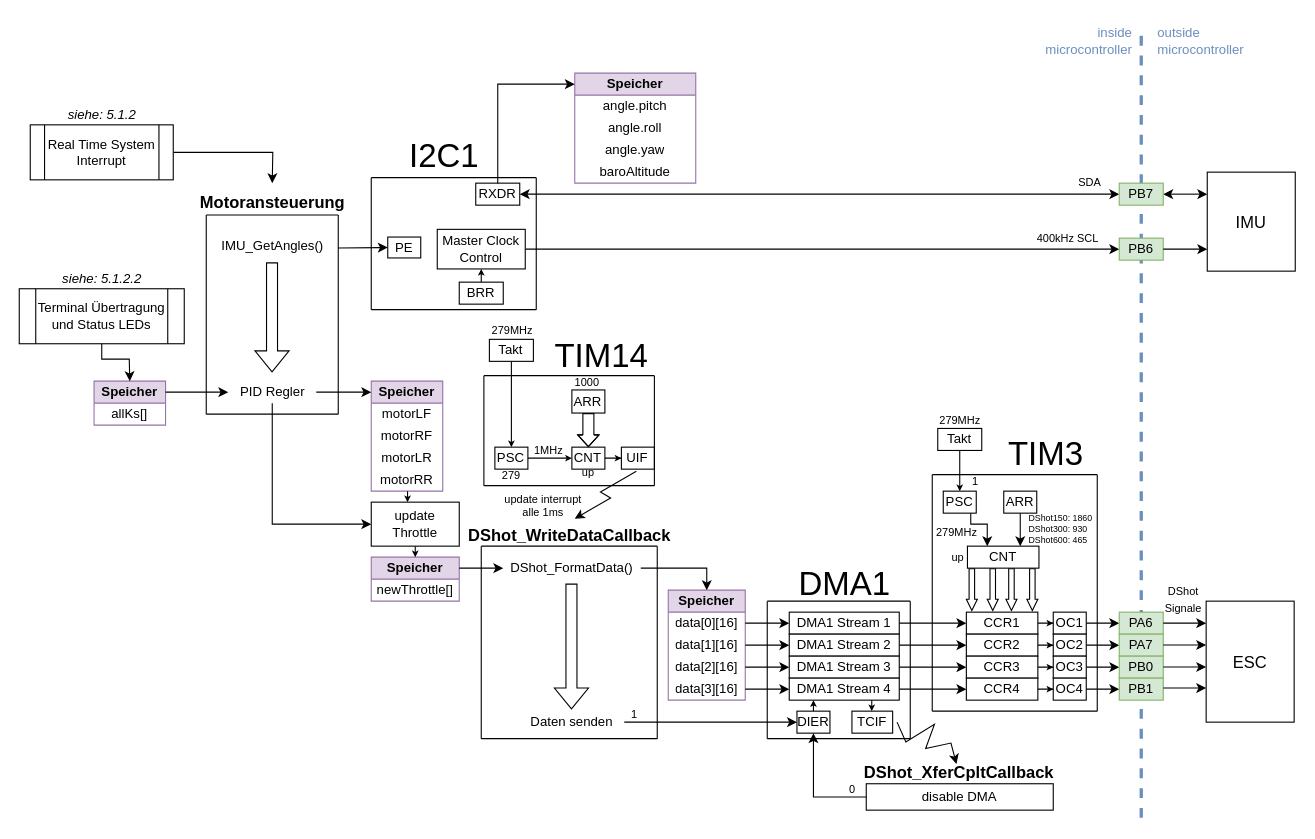
The draw.io diagram page "Motoransteuerung" (4 of 5) of Dokumentation/Bilder/Softwarearchitektur/Softwarearchitektur.drawio in FrogMoment/FPV_Drohne_202324, before the edit. Source tidied: cells renumbered, new cells numbered last; positions are measured from the earlier drawing's top-left corner, leaving out a move shared by most shapes. Both pictures are drawn from the tidied source at 110%, with x=0, y=0 at pixel (19, 19).
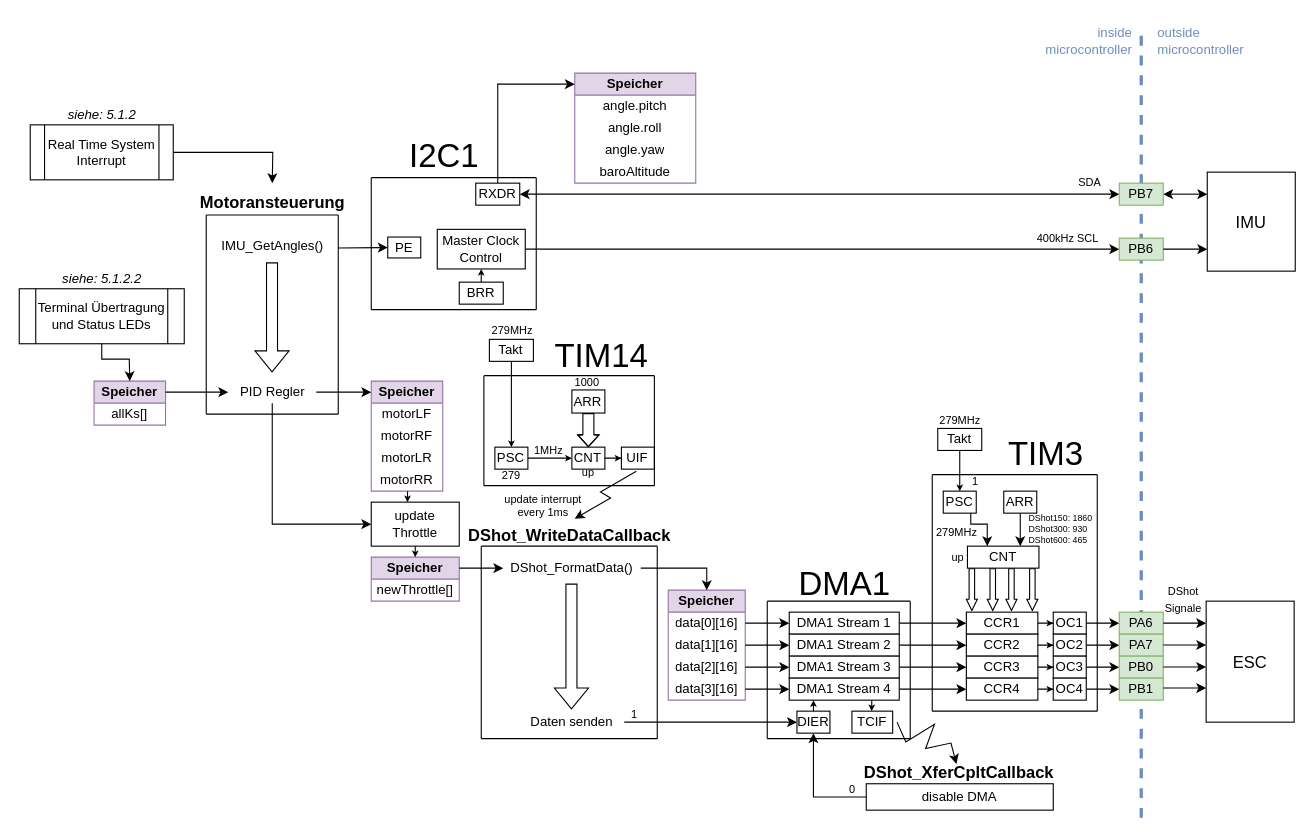
Above is the later version.

Change to the diagram source:
```diff
@@
-    <mxCell id="76" value="&lt;p style=&quot;line-height: 90%;&quot;&gt;&lt;font style=&quot;font-size: 10px;&quot;&gt;update interrupt&lt;br&gt;alle 1ms&lt;br&gt;&lt;/font&gt;&lt;/p&gt;" style="text;html=1;align=center;verticalAlign=middle;strokeColor=none;fillColor=none;" parent="1" vertex="1">
+    <mxCell id="76" value="&lt;p style=&quot;line-height: 90%;&quot;&gt;&lt;font style=&quot;font-size: 10px;&quot;&gt;update interrupt&lt;br&gt;every 1ms&lt;br&gt;&lt;/font&gt;&lt;/p&gt;" style="text;html=1;align=center;verticalAlign=middle;strokeColor=none;fillColor=none;" parent="1" vertex="1">
       <mxGeometry x="431" y="412" width="90" height="60" as="geometry" />
     </mxCell>
```
